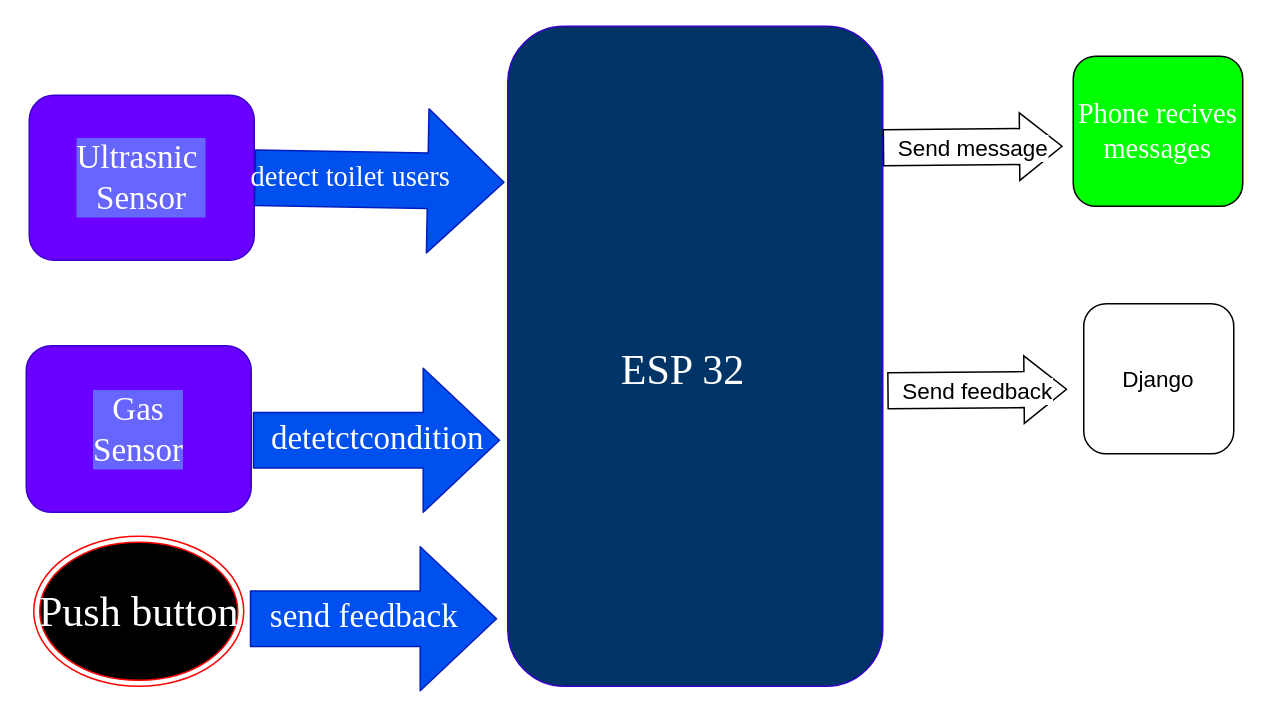
Above: page "high level architecture" (4 of 4) of design/use case.drawio in Yassirmussa/finalproject1 (draw.io), before the change. Source tidied: cells renumbered, new cells numbered last; positions are measured from the earlier drawing's top-left corner, leaving out a move shared by most shapes. Both pictures are drawn from the tidied source at 150%, with x=0, y=0 at pixel (26, 26).
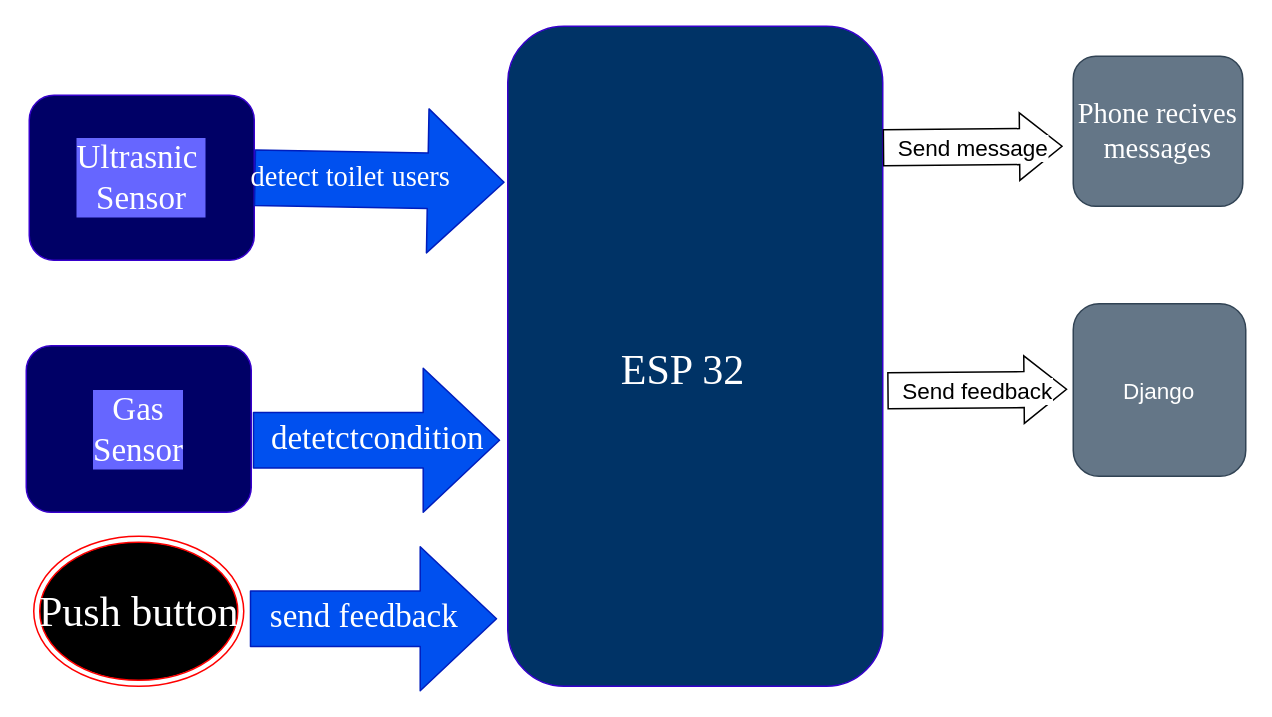
The same diagram, later.

Change to the diagram source:
```diff
@@
-    <mxCell id="3" value="Gas&lt;br&gt;Sensor" style="whiteSpace=wrap;html=1;labelBackgroundColor=#6666FF;strokeColor=#3700CC;fillColor=#6a00ff;fontColor=#FFFFFF;fontFamily=Times New Roman;fontSize=22;rounded=1;" parent="1" vertex="1">
+    <mxCell id="3" value="Gas&lt;br&gt;Sensor" style="whiteSpace=wrap;html=1;labelBackgroundColor=#6666FF;strokeColor=#3700CC;fillColor=#000066;fontColor=#FFFFFF;fontFamily=Times New Roman;fontSize=22;rounded=1;" parent="1" vertex="1">
       <mxGeometry y="213" width="150" height="111" as="geometry" />
     </mxCell>
@@
-    <mxCell id="7" value="Ultrasnic&amp;nbsp;&lt;br style=&quot;font-size: 22px;&quot;&gt;Sensor" style="whiteSpace=wrap;html=1;labelBackgroundColor=#6666FF;strokeColor=#3700CC;fillColor=#6a00ff;fontColor=#FFFFFF;fontFamily=Times New Roman;fontSize=22;rounded=1;" parent="1" vertex="1">
+    <mxCell id="7" value="Ultrasnic&amp;nbsp;&lt;br style=&quot;font-size: 22px;&quot;&gt;Sensor" style="whiteSpace=wrap;html=1;labelBackgroundColor=#6666FF;strokeColor=#3700CC;fillColor=#000066;fontColor=#FFFFFF;fontFamily=Times New Roman;fontSize=22;rounded=1;" parent="1" vertex="1">
       <mxGeometry x="2" y="46" width="150" height="110" as="geometry" />
     </mxCell>
@@
-    <mxCell id="13" value="Phone recives messages" style="whiteSpace=wrap;html=1;rounded=1;labelBackgroundColor=none;fontFamily=Times New Roman;fontSize=19;fontColor=#FFFFFF;strokeColor=default;fillColor=#00FF00;" parent="1" vertex="1">
+    <mxCell id="13" value="Phone recives messages" style="whiteSpace=wrap;html=1;rounded=1;labelBackgroundColor=none;fontFamily=Times New Roman;fontSize=19;strokeColor=#314354;fillColor=#647687;fontColor=#ffffff;" parent="1" vertex="1">
       <mxGeometry x="698" y="20" width="113" height="100" as="geometry" />
     </mxCell>
@@
-    <mxCell id="15" value="Django" style="whiteSpace=wrap;html=1;fontSize=15;rounded=1;" parent="1" vertex="1">
-      <mxGeometry x="705" y="185" width="100" height="100" as="geometry" />
+    <mxCell id="15" value="Django" style="whiteSpace=wrap;html=1;fontSize=15;rounded=1;fillColor=#647687;fontColor=#ffffff;strokeColor=#314354;" parent="1" vertex="1">
+      <mxGeometry x="698" y="185" width="115" height="115" as="geometry" />
     </mxCell>
```
